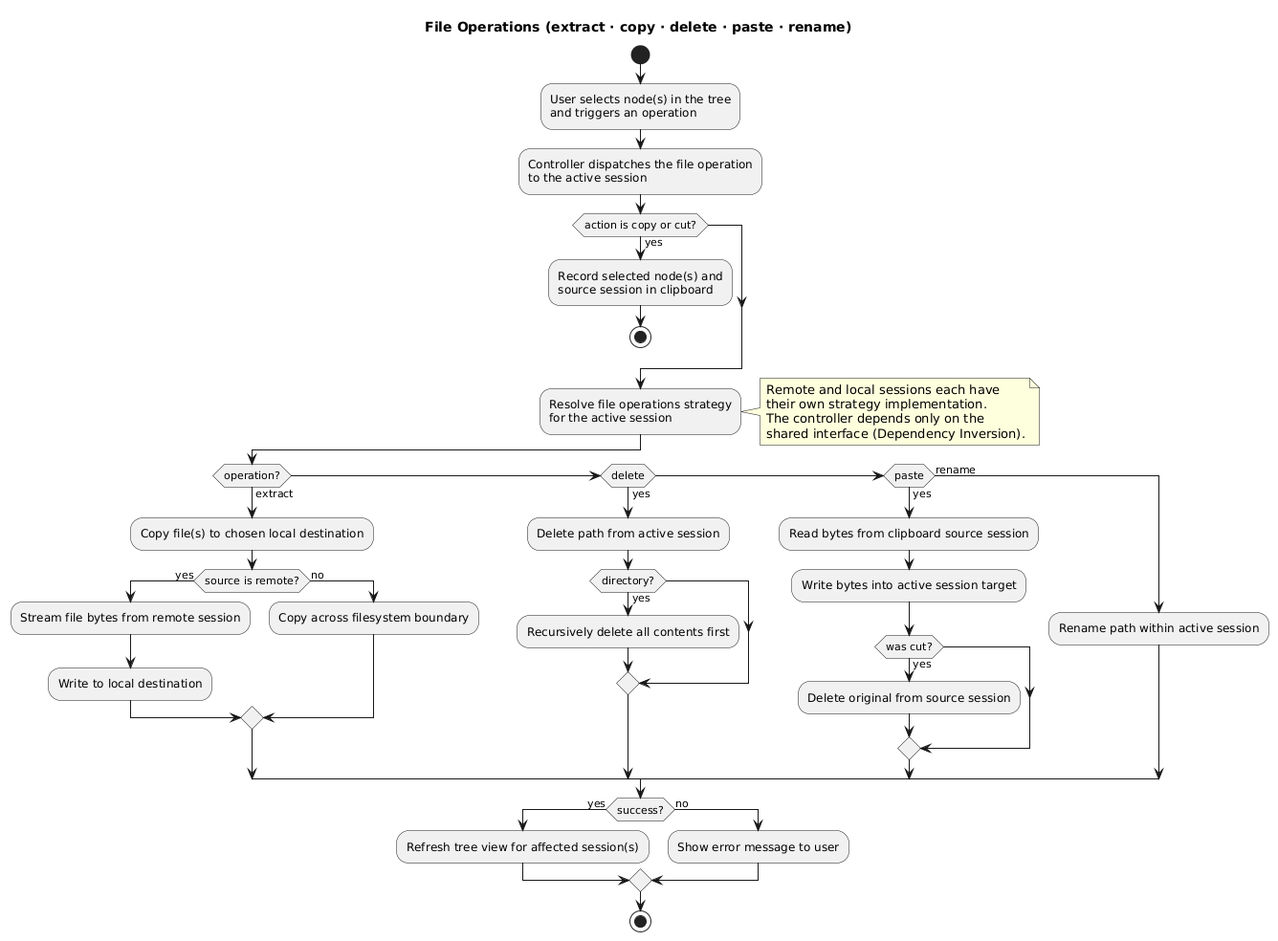
The PlantUML diagram docs/rendered/activity-diagram-nfs-operations.png in nikhilr612/weefs, before a commit.
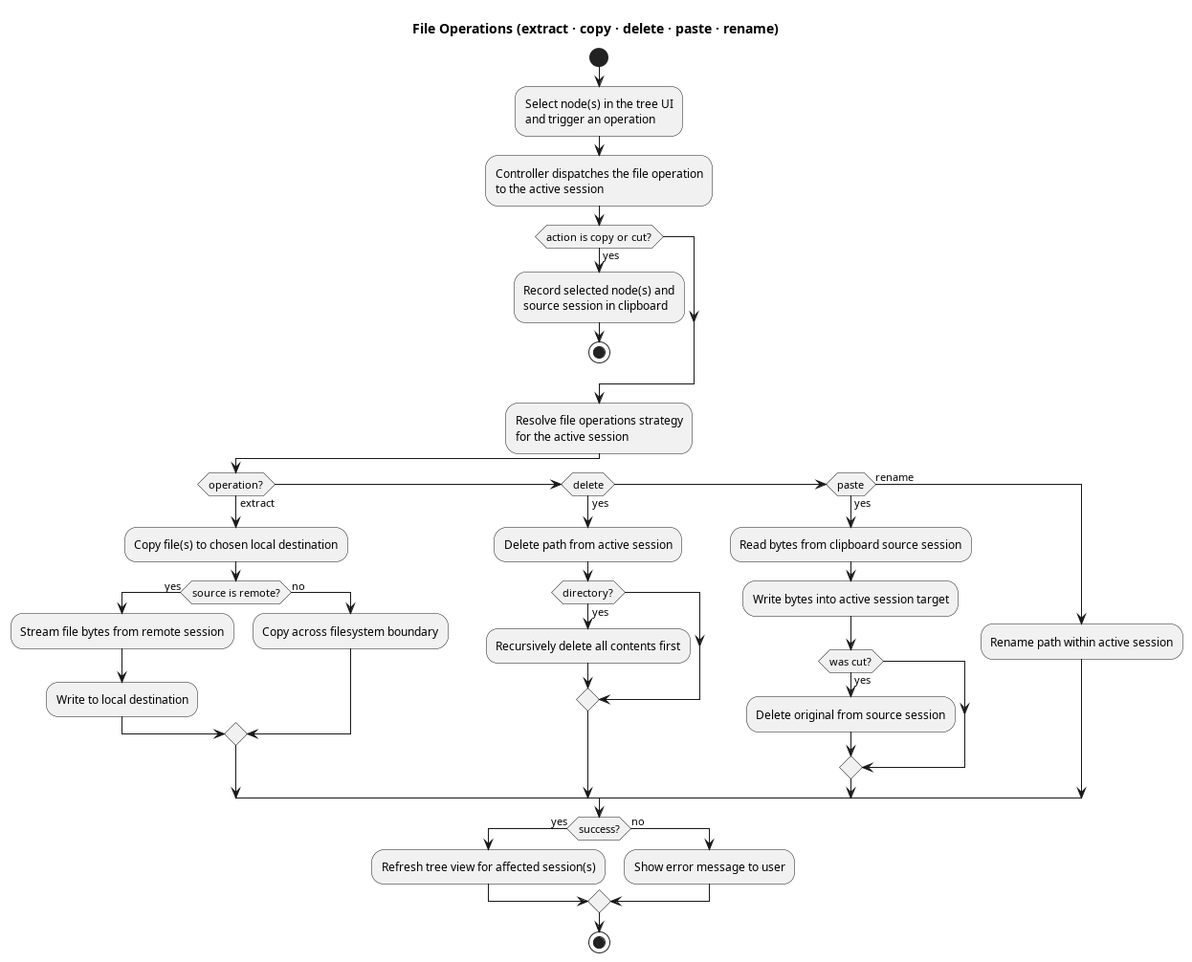
After the commit.

What changed in the source:
```diff
@@ -3,8 +3,8 @@
 
 start
 
-:User selects node(s) in the tree
-and triggers an operation;
+:Select node(s) in the tree UI
+and trigger an operation;
 
 :Controller dispatches the file operation
 to the active session;
@@ -17,12 +17,6 @@
 
 :Resolve file operations strategy
 for the active session;
-note right
-  Remote and local sessions each have
-  their own strategy implementation.
-  The controller depends only on the
-  shared interface (Dependency Inversion).
-end note
 
 if (operation?) then (extract)
   :Copy file(s) to chosen local destination;
```
